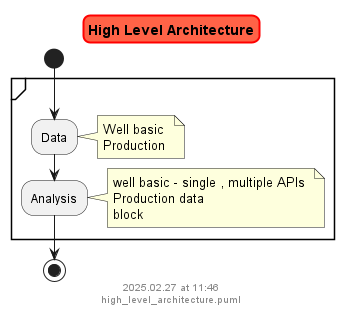
Earlier version of the PlantUML export docs/modules/bsee/high_level_architecture.png (vamseeachanta/worldenergydata). Source of this version:
```plantuml
@startuml high_level_architecture
skinparam titleBorderRoundCorner 15
skinparam titleBorderThickness 2
skinparam titleBorderColor red
skinparam titleBackgroundColor Tomato

title High Level Architecture

start

    partition {

        :Data;
            note right
                Well basic
                Production
            end note

        :Analysis;
            note right
                well basic - single , multiple APIs
                Production data
                block
            end note


    }

stop

footer
%date("yyyy.MM.dd' at 'HH:mm")
%filename()
end footer

@enduml
```
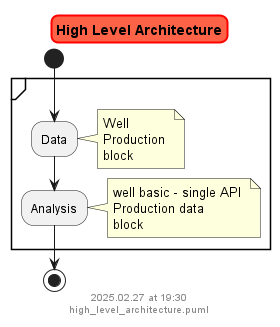
The same diagram one commit later.

What changed in the source:
```diff
@@ -12,13 +12,14 @@
 
         :Data;
             note right
-                Well basic
+                Well
                 Production
+                block
             end note
 
         :Analysis;
             note right
-                well basic - single , multiple APIs
+                well basic - single API
                 Production data
                 block
             end note
```
